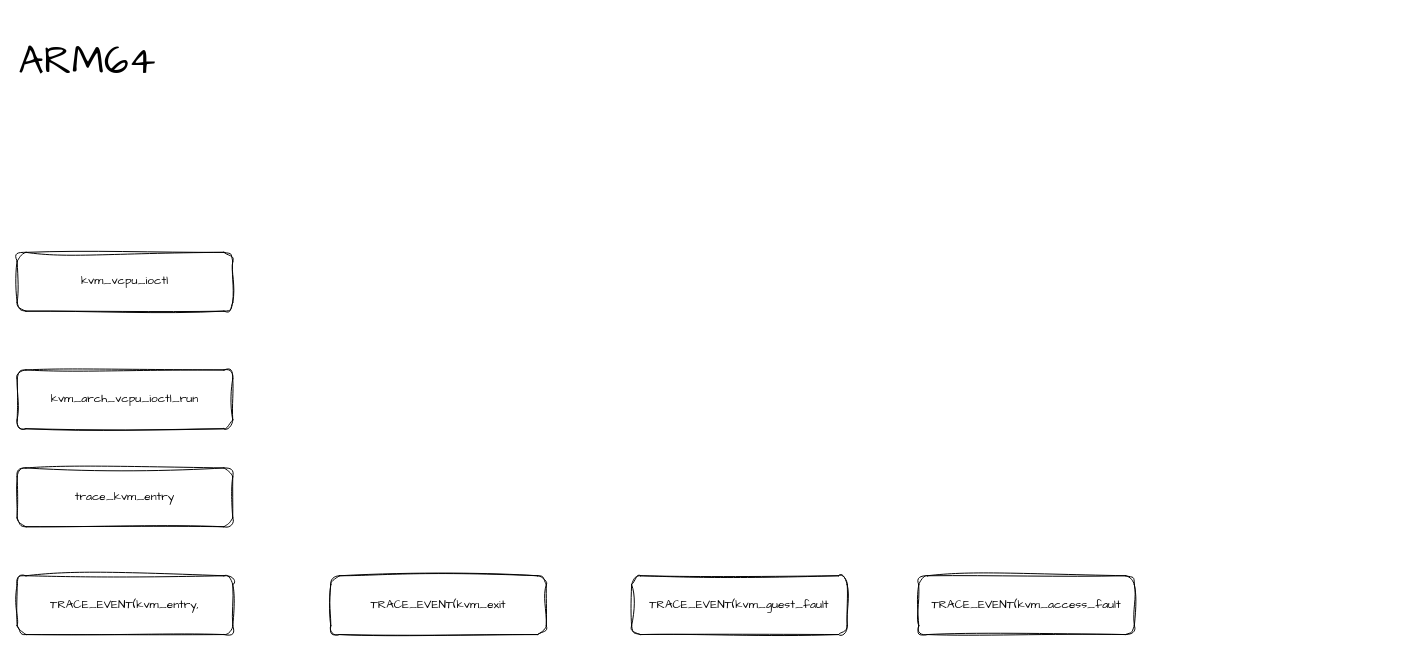
The draw.io diagram kvm_tracepoint.drawio in hubblezzhu/riscv-native-os, before the edit. Source tidied: cells renumbered, new cells numbered last; positions are measured from the earlier drawing's top-left corner, leaving out a move shared by most shapes. Both pictures are drawn from the tidied source at 98%, with x=0, y=0 at pixel (17, 17).
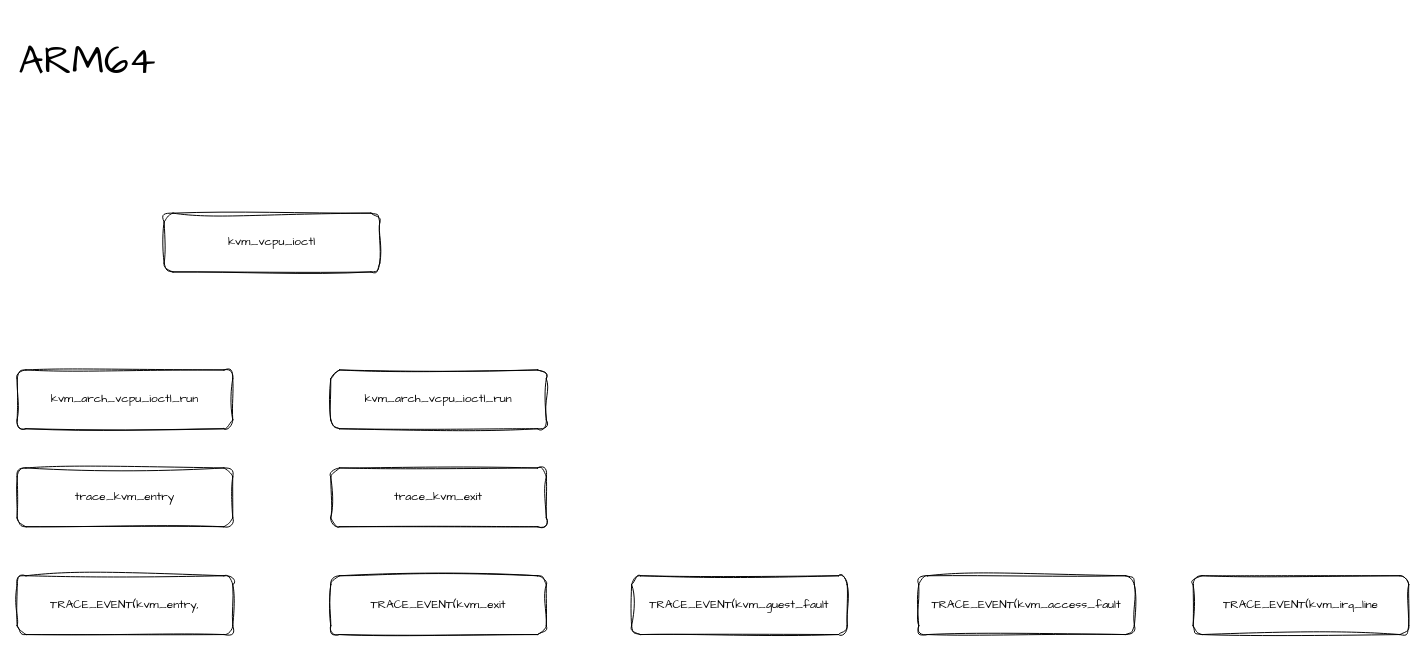
After the change.

The edit, as a diff of the source:
```diff
@@
 <mxGraphModel>
   <root>
     <mxCell id="0" />
     <mxCell id="1" parent="0" />
     <mxCell id="2" value="TRACE_EVENT(kvm_entry," style="rounded=1;whiteSpace=wrap;html=1;sketch=1;curveFitting=1;jiggle=2;fontFamily=Comic Sans MS;" parent="1" vertex="1">
       <mxGeometry y="570" width="220" height="60" as="geometry" />
     </mxCell>
     <mxCell id="3" value="&lt;font style=&quot;font-size: 40px;&quot;&gt;ARM64&lt;/font&gt;" style="text;html=1;align=left;verticalAlign=middle;whiteSpace=wrap;rounded=0;sketch=1;curveFitting=1;jiggle=2;fontFamily=Comic Sans MS;" parent="1" vertex="1">
       <mxGeometry width="190" height="90" as="geometry" />
     </mxCell>
     <mxCell id="4" value="trace_kvm_entry" style="rounded=1;whiteSpace=wrap;html=1;sketch=1;curveFitting=1;jiggle=2;fontFamily=Comic Sans MS;" parent="1" vertex="1">
       <mxGeometry y="460" width="220" height="60" as="geometry" />
     </mxCell>
     <mxCell id="5" value="kvm_arch_vcpu_ioctl_run" style="rounded=1;whiteSpace=wrap;html=1;sketch=1;curveFitting=1;jiggle=2;fontFamily=Comic Sans MS;" parent="1" vertex="1">
       <mxGeometry y="360" width="220" height="60" as="geometry" />
     </mxCell>
     <mxCell id="6" value="kvm_vcpu_ioctl" style="rounded=1;whiteSpace=wrap;html=1;sketch=1;curveFitting=1;jiggle=2;fontFamily=Comic Sans MS;" parent="1" vertex="1">
-      <mxGeometry y="240" width="220" height="60" as="geometry" />
+      <mxGeometry x="150" y="200" width="220" height="60" as="geometry" />
     </mxCell>
     <mxCell id="7" value="TRACE_EVENT(kvm_exit" style="rounded=1;whiteSpace=wrap;html=1;sketch=1;curveFitting=1;jiggle=2;fontFamily=Comic Sans MS;" parent="1" vertex="1">
       <mxGeometry x="320" y="570" width="220" height="60" as="geometry" />
     </mxCell>
     <mxCell id="8" value="TRACE_EVENT(kvm_guest_fault" style="rounded=1;whiteSpace=wrap;html=1;sketch=1;curveFitting=1;jiggle=2;fontFamily=Comic Sans MS;" parent="1" vertex="1">
       <mxGeometry x="627" y="570" width="220" height="60" as="geometry" />
     </mxCell>
     <mxCell id="9" value="TRACE_EVENT(kvm_access_fault" style="rounded=1;whiteSpace=wrap;html=1;sketch=1;curveFitting=1;jiggle=2;fontFamily=Comic Sans MS;" parent="1" vertex="1">
       <mxGeometry x="920" y="570" width="220" height="60" as="geometry" />
     </mxCell>
+    <mxCell id="10" value="TRACE_EVENT(kvm_irq_line" style="rounded=1;whiteSpace=wrap;html=1;sketch=1;curveFitting=1;jiggle=2;fontFamily=Comic Sans MS;" parent="1" vertex="1">
+      <mxGeometry x="1200" y="570" width="220" height="60" as="geometry" />
+    </mxCell>
+    <mxCell id="11" value="trace_kvm_exit" style="rounded=1;whiteSpace=wrap;html=1;sketch=1;curveFitting=1;jiggle=2;fontFamily=Comic Sans MS;" parent="1" vertex="1">
+      <mxGeometry x="320" y="460" width="220" height="60" as="geometry" />
+    </mxCell>
+    <mxCell id="12" value="kvm_arch_vcpu_ioctl_run" style="rounded=1;whiteSpace=wrap;html=1;sketch=1;curveFitting=1;jiggle=2;fontFamily=Comic Sans MS;" parent="1" vertex="1">
+      <mxGeometry x="320" y="360" width="220" height="60" as="geometry" />
+    </mxCell>
   </root>
 </mxGraphModel>
```
